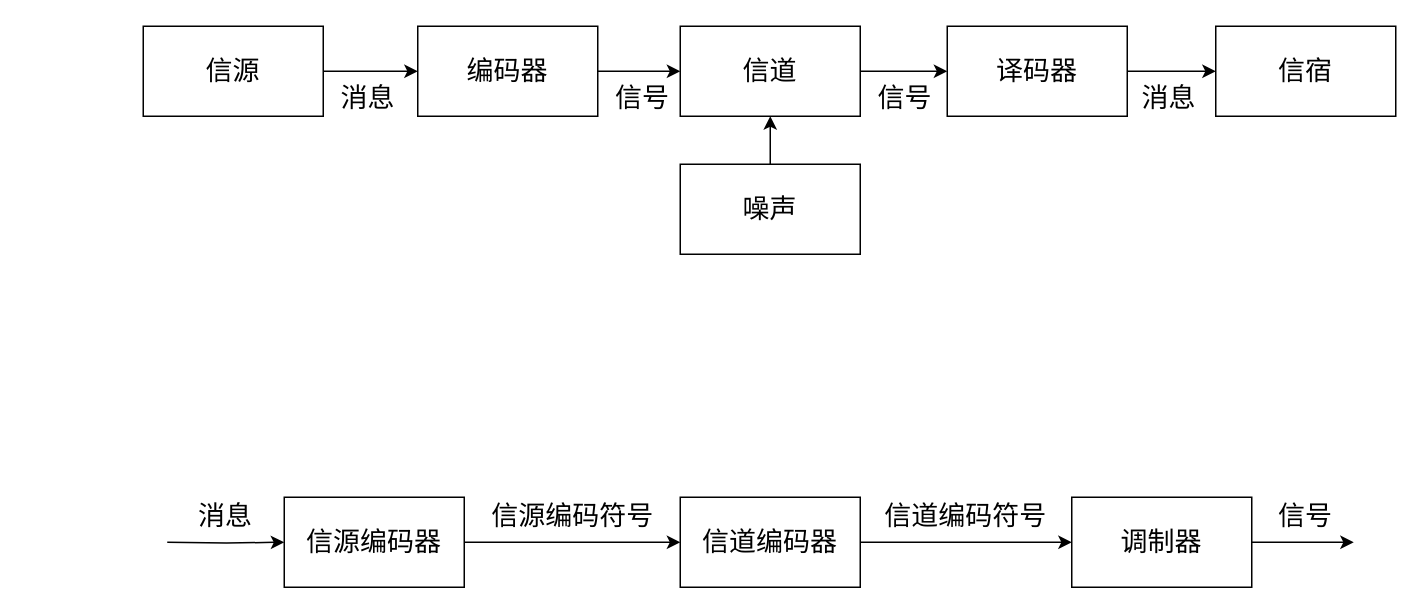
zobinHuang/zobinhuang.github.io keeps this draw.io diagram as sec_learning/Algorithm/Information_Theory_1_Introduction/pic/drawio/communication_system.drawio. Above is the earlier version. Source tidied: cells renumbered, new cells numbered last; positions are measured from the earlier drawing's top-left corner, leaving out a move shared by most shapes. Both pictures are drawn from the tidied source at 150%, with x=0, y=0 at pixel (142, 26).
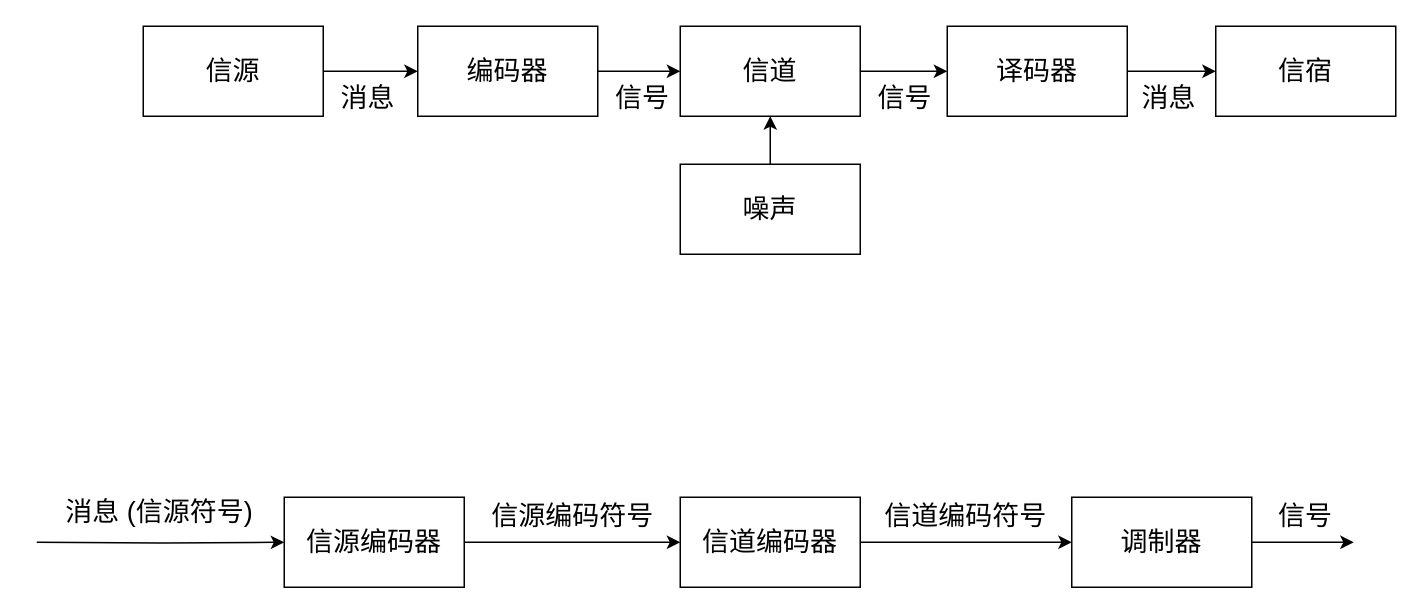
Above is the later version.

The change refers to these unchanged cells:
```xml
<mxCell id="20" value="&lt;span style=&quot;font-size: 18px&quot;&gt;信源编码器&lt;/span&gt;" style="rounded=0;whiteSpace=wrap;html=1;" parent="1" vertex="1">
  <mxGeometry x="94" y="314" width="120" height="60" as="geometry" />
</mxCell>
```

Change to the diagram source:
```diff
@@
     <mxCell id="18" style="edgeStyle=orthogonalEdgeStyle;rounded=0;jettySize=auto;html=1;entryX=0;entryY=0.5;entryDx=0;entryDy=0;" parent="1" edge="1" target="20">
       <mxGeometry relative="1" as="geometry">
-        <mxPoint x="16" y="344" as="sourcePoint" />
+        <mxPoint x="-71" y="344" as="sourcePoint" />
       </mxGeometry>
     </mxCell>
@@
-    <mxCell id="23" value="消息" style="text;html=1;strokeColor=none;fillColor=none;align=center;verticalAlign=middle;whiteSpace=wrap;rounded=0;fontSize=18;" parent="1" vertex="1">
-      <mxGeometry x="25" y="312" width="60" height="30" as="geometry" />
+    <mxCell id="23" value="消息 (信源符号)" style="text;html=1;strokeColor=none;fillColor=none;align=center;verticalAlign=middle;whiteSpace=wrap;rounded=0;fontSize=18;" parent="1" vertex="1">
+      <mxGeometry x="-53" y="309" width="128" height="30" as="geometry" />
     </mxCell>
```
